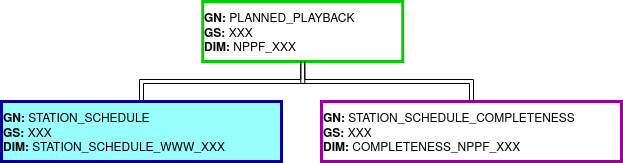
Daniel-Brosnan-Blazquez/s2boa keeps this draw.io diagram as doc/fig/structure_ingestion_station_schedule.png. Above is the earlier version. Source tidied: cells renumbered, new cells last; positions are measured from the earlier drawing's top-left corner, leaving out a move shared by most shapes.
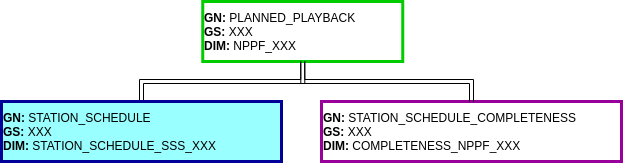
The same file after the commit.

The edit, as a diff of the source:
```diff
@@ -8,7 +8,7 @@
     <mxCell id="3" style="edgeStyle=orthogonalEdgeStyle;shape=link;rounded=0;jettySize=auto;html=1;exitX=0.5;exitY=0;exitDx=0;exitDy=0;entryX=0.5;entryY=1;entryDx=0;entryDy=0;" parent="1" edge="1" source="4" target="2">
       <mxGeometry relative="1" as="geometry" />
     </mxCell>
-    <mxCell id="4" value="&lt;div&gt;&lt;b&gt;GN:&lt;/b&gt; STATION_SCHEDULE&lt;/div&gt;&lt;div&gt;&lt;b&gt;GS:&lt;/b&gt; XXX&lt;/div&gt;&lt;div&gt;&lt;b&gt;DIM: &lt;/b&gt;STATION_SCHEDULE_WWW_XXX&lt;br&gt;&lt;/div&gt;" style="rounded=0;whiteSpace=wrap;html=1;align=left;strokeColor=#000099;strokeWidth=3;fillColor=#99FFFF;" parent="1" vertex="1">
+    <mxCell id="4" value="&lt;div&gt;&lt;b&gt;GN:&lt;/b&gt; STATION_SCHEDULE&lt;/div&gt;&lt;div&gt;&lt;b&gt;GS:&lt;/b&gt; XXX&lt;/div&gt;&lt;div&gt;&lt;b&gt;DIM: &lt;/b&gt;STATION_SCHEDULE_SSS_XXX&lt;br&gt;&lt;/div&gt;" style="rounded=0;whiteSpace=wrap;html=1;align=left;strokeColor=#000099;strokeWidth=3;fillColor=#99FFFF;" parent="1" vertex="1">
       <mxGeometry y="100" width="280" height="60" as="geometry" />
     </mxCell>
     <mxCell id="5" value="&lt;div&gt;&lt;b&gt;GN:&lt;/b&gt; STATION_SCHEDULE_COMPLETENESS&lt;/div&gt;&lt;div&gt;&lt;b&gt;GS:&lt;/b&gt; XXX&lt;/div&gt;&lt;div&gt;&lt;b&gt;DIM:&lt;/b&gt; COMPLETENESS_NPPF_XXX&lt;br&gt;&lt;/div&gt;" style="rounded=0;whiteSpace=wrap;html=1;align=left;strokeWidth=3;fillColor=#FFFFFF;strokeColor=#990099;" parent="1" vertex="1">
```
